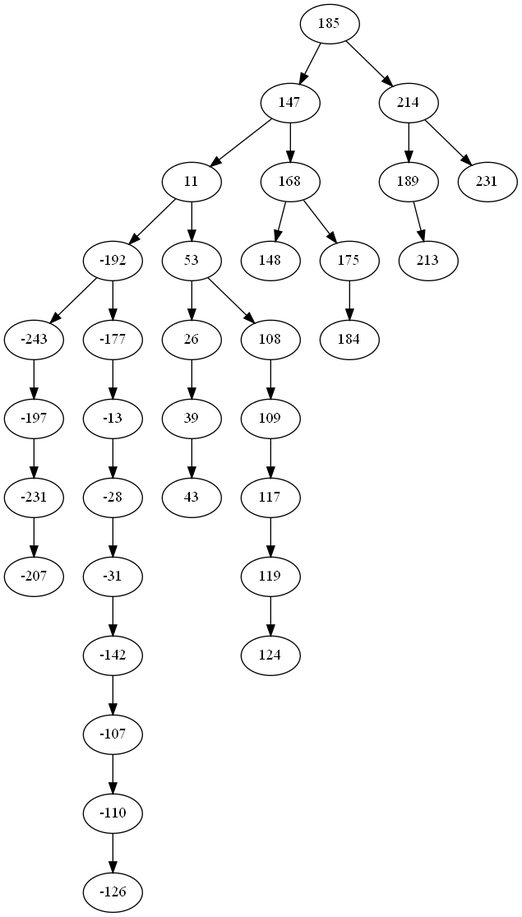
Earlier version of the Graphviz export ch6/bst_e8.dot.png (NifleySnifley/ADS). Its source is kept beside it as ch6/bst_e8.dot. Its diagram source:
```dot
digraph "Binary Search Tree" {
	185 [label=185]
	147 [label=147]
	11 [label=11]
	-192 [label=-192]
	-243 [label=-243]
	-197 [label=-197]
	-231 [label=-231]
	-207 [label=-207]
	-231 -> -207
	-197 -> -231
	-243 -> -197
	-192 -> -243
	-177 [label=-177]
	-13 [label=-13]
	-28 [label=-28]
	-31 [label=-31]
	-142 [label=-142]
	-107 [label=-107]
	-110 [label=-110]
	-126 [label=-126]
	-110 -> -126
	-107 -> -110
	-142 -> -107
	-31 -> -142
	-28 -> -31
	-13 -> -28
	-177 -> -13
	-192 -> -177
	11 -> -192
	53 [label=53]
	26 [label=26]
	39 [label=39]
	43 [label=43]
	39 -> 43
	26 -> 39
	53 -> 26
	108 [label=108]
	109 [label=109]
	117 [label=117]
	119 [label=119]
	124 [label=124]
	119 -> 124
	117 -> 119
	109 -> 117
	108 -> 109
	53 -> 108
	11 -> 53
	147 -> 11
	168 [label=168]
	148 [label=148]
	168 -> 148
	175 [label=175]
	184 [label=184]
	175 -> 184
	168 -> 175
	147 -> 168
	185 -> 147
	214 [label=214]
	189 [label=189]
	213 [label=213]
	189 -> 213
	214 -> 189
	231 [label=231]
	214 -> 231
	185 -> 214
}
```
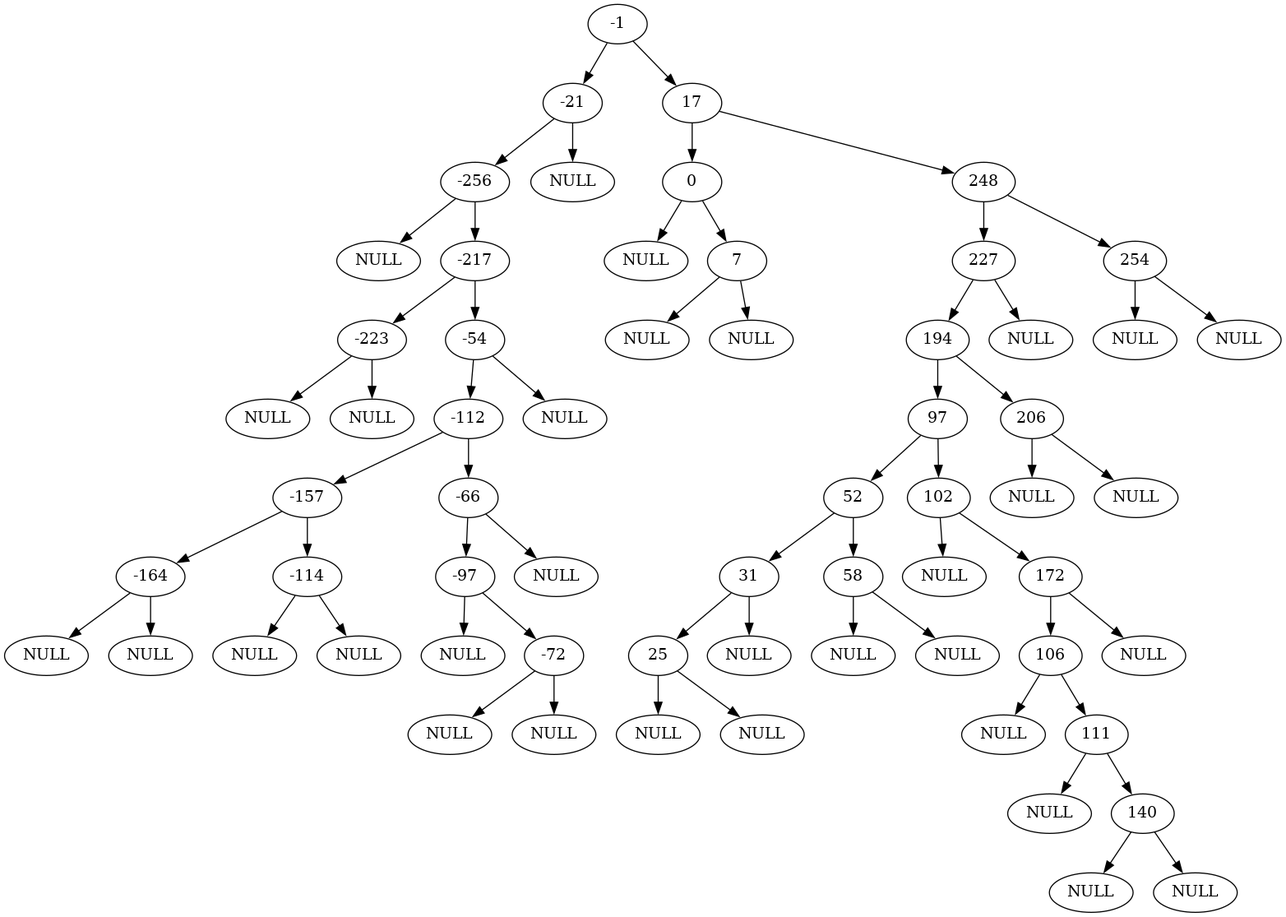
The same diagram one commit later.

Change to the diagram source:
```diff
@@ -1,67 +1,127 @@
 digraph "Binary Search Tree" {
-	185 [label=185]
-	147 [label=147]
-	11 [label=11]
-	-192 [label=-192]
-	-243 [label=-243]
-	-197 [label=-197]
-	-231 [label=-231]
-	-207 [label=-207]
-	-231 -> -207
-	-197 -> -231
-	-243 -> -197
-	-192 -> -243
-	-177 [label=-177]
-	-13 [label=-13]
-	-28 [label=-28]
-	-31 [label=-31]
-	-142 [label=-142]
-	-107 [label=-107]
-	-110 [label=-110]
-	-126 [label=-126]
-	-110 -> -126
-	-107 -> -110
-	-142 -> -107
-	-31 -> -142
-	-28 -> -31
-	-13 -> -28
-	-177 -> -13
-	-192 -> -177
-	11 -> -192
-	53 [label=53]
-	26 [label=26]
-	39 [label=39]
-	43 [label=43]
-	39 -> 43
-	26 -> 39
-	53 -> 26
-	108 [label=108]
-	109 [label=109]
-	117 [label=117]
-	119 [label=119]
-	124 [label=124]
-	119 -> 124
-	117 -> 119
-	109 -> 117
-	108 -> 109
-	53 -> 108
-	11 -> 53
-	147 -> 11
-	168 [label=168]
-	148 [label=148]
-	168 -> 148
-	175 [label=175]
-	184 [label=184]
-	175 -> 184
-	168 -> 175
-	147 -> 168
-	185 -> 147
-	214 [label=214]
-	189 [label=189]
-	213 [label=213]
-	189 -> 213
-	214 -> 189
-	231 [label=231]
-	214 -> 231
-	185 -> 214
+	-1 [label=-1]
+	-21 [label=-21]
+	-256 [label=-256]
+	"-256-L" [label=NULL]
+	-256 -> "-256-L"
+	-217 [label=-217]
+	-223 [label=-223]
+	"-223-L" [label=NULL]
+	-223 -> "-223-L"
+	"-223-R" [label=NULL]
+	-223 -> "-223-R"
+	-217 -> -223
+	-54 [label=-54]
+	-112 [label=-112]
+	-157 [label=-157]
+	-164 [label=-164]
+	"-164-L" [label=NULL]
+	-164 -> "-164-L"
+	"-164-R" [label=NULL]
+	-164 -> "-164-R"
+	-157 -> -164
+	-114 [label=-114]
+	"-114-L" [label=NULL]
+	-114 -> "-114-L"
+	"-114-R" [label=NULL]
+	-114 -> "-114-R"
+	-157 -> -114
+	-112 -> -157
+	-66 [label=-66]
+	-97 [label=-97]
+	"-97-L" [label=NULL]
+	-97 -> "-97-L"
+	-72 [label=-72]
+	"-72-L" [label=NULL]
+	-72 -> "-72-L"
+	"-72-R" [label=NULL]
+	-72 -> "-72-R"
+	-97 -> -72
+	-66 -> -97
+	"-66-R" [label=NULL]
+	-66 -> "-66-R"
+	-112 -> -66
+	-54 -> -112
+	"-54-R" [label=NULL]
+	-54 -> "-54-R"
+	-217 -> -54
+	-256 -> -217
+	-21 -> -256
+	"-21-R" [label=NULL]
+	-21 -> "-21-R"
+	-1 -> -21
+	17 [label=17]
+	0 [label=0]
+	"0-L" [label=NULL]
+	0 -> "0-L"
+	7 [label=7]
+	"7-L" [label=NULL]
+	7 -> "7-L"
+	"7-R" [label=NULL]
+	7 -> "7-R"
+	0 -> 7
+	17 -> 0
+	248 [label=248]
+	227 [label=227]
+	194 [label=194]
+	97 [label=97]
+	52 [label=52]
+	31 [label=31]
+	25 [label=25]
+	"25-L" [label=NULL]
+	25 -> "25-L"
+	"25-R" [label=NULL]
+	25 -> "25-R"
+	31 -> 25
+	"31-R" [label=NULL]
+	31 -> "31-R"
+	52 -> 31
+	58 [label=58]
+	"58-L" [label=NULL]
+	58 -> "58-L"
+	"58-R" [label=NULL]
+	58 -> "58-R"
+	52 -> 58
+	97 -> 52
+	102 [label=102]
+	"102-L" [label=NULL]
+	102 -> "102-L"
+	172 [label=172]
+	106 [label=106]
+	"106-L" [label=NULL]
+	106 -> "106-L"
+	111 [label=111]
+	"111-L" [label=NULL]
+	111 -> "111-L"
+	140 [label=140]
+	"140-L" [label=NULL]
+	140 -> "140-L"
+	"140-R" [label=NULL]
+	140 -> "140-R"
+	111 -> 140
+	106 -> 111
+	172 -> 106
+	"172-R" [label=NULL]
+	172 -> "172-R"
+	102 -> 172
+	97 -> 102
+	194 -> 97
+	206 [label=206]
+	"206-L" [label=NULL]
+	206 -> "206-L"
+	"206-R" [label=NULL]
+	206 -> "206-R"
+	194 -> 206
+	227 -> 194
+	"227-R" [label=NULL]
+	227 -> "227-R"
+	248 -> 227
+	254 [label=254]
+	"254-L" [label=NULL]
+	254 -> "254-L"
+	"254-R" [label=NULL]
+	254 -> "254-R"
+	248 -> 254
+	17 -> 248
+	-1 -> 17
 }
```
